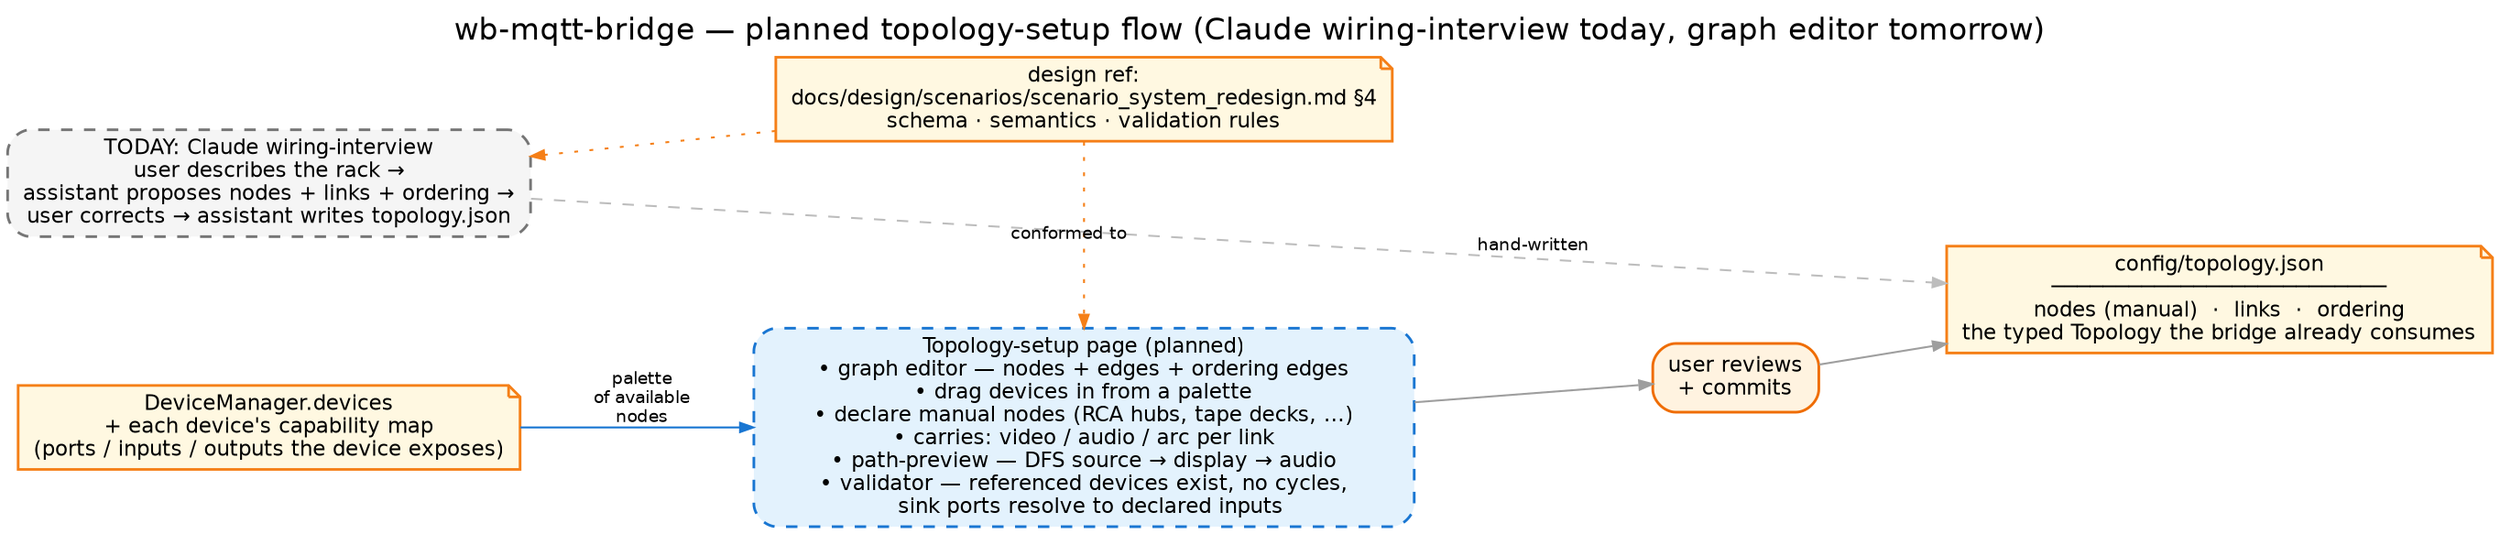
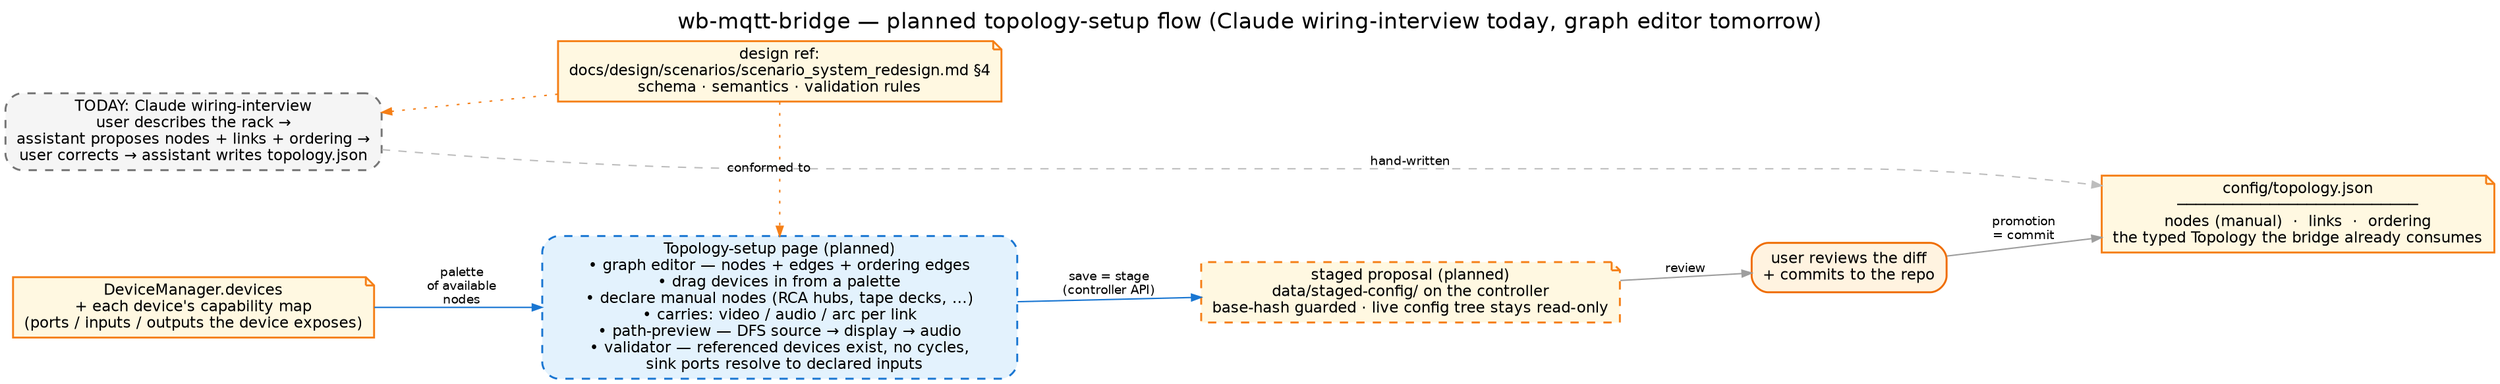
// wb-mqtt-bridge — planned topology-setup flow. Render:
//   dot -Tpng docs/images/topology-setup-flow.dot -o docs/images/topology-setup-flow.png
// Palette: see hexagon.dot header.
digraph topology_setup {
  rankdir=LR;
  bgcolor="white";
  splines=spline;
  nodesep=0.45; ranksep=0.9;
  fontname="Helvetica"; labelloc=t; fontsize=16;
  label="wb-mqtt-bridge — planned topology-setup flow (Claude wiring-interview today, graph editor tomorrow)";

  node [fontname="Helvetica", fontsize=11, shape=box, style="filled,rounded", penwidth=1.4];
  edge [fontname="Helvetica", fontsize=9, color="#9e9e9e", arrowsize=0.7];

  // --- known devices (from DeviceManager) feed the editor with available nodes ---
  devmgr [shape=note, fillcolor="#fff8e1", color="#f57f17",
          label="DeviceManager.devices\n+ each device's capability map\n(ports / inputs / outputs the device exposes)"];

  // --- the planned page ---
  page [label="Topology-setup page (planned)\n• graph editor — nodes + edges + ordering edges\n• drag devices in from a palette\n• declare manual nodes (RCA hubs, tape decks, …)\n• carries: video / audio / arc per link\n• path-preview — DFS source → display → audio\n• validator — referenced devices exist, no cycles,\n  sink ports resolve to declared inputs",
        fillcolor="#e3f2fd", color="#1976d2", width=4.8, style="filled,rounded,dashed"];

+   // --- staged proposals (planned) ---
+   staged [shape=note, fillcolor="#fff8e1", color="#f57f17", style="filled,dashed",
+           label="staged proposal (planned)\ndata/staged-config/ on the controller\nbase-hash guarded · live config tree stays read-only"];
+ 
  // --- user review ---
-   user [label="user reviews\n+ commits",
+   user [label="user reviews the diff\n+ commits to the repo",
        fillcolor="#fff3e0", color="#ef6c00"];

  // --- output ---
  cfg [shape=note, fillcolor="#fff8e1", color="#f57f17",
       label="config/topology.json\n──────────────────────────\nnodes (manual)  ·  links  ·  ordering\nthe typed Topology the bridge already consumes"];

  // --- today's flow as a faded parallel ---
  interview [label="TODAY: Claude wiring-interview\nuser describes the rack →\nassistant proposes nodes + links + ordering →\nuser corrects → assistant writes topology.json",
             fillcolor="#f5f5f5", color="#757575", style="filled,rounded,dashed"];

  schema_doc [shape=note, fillcolor="#fff8e1", color="#f57f17",
              label="design ref:\ndocs/design/scenarios/scenario_system_redesign.md §4\nschema · semantics · validation rules"];

  // edges
  devmgr -> page [color="#1976d2", label="palette\nof available\nnodes"];
-   page -> user;
-   user -> cfg;
+   page -> staged [label="save = stage\n(controller API)", color="#1976d2"];
+   staged -> user [label="review"];
+   user -> cfg [label="promotion\n= commit"];

  // today's flow
  interview -> cfg [style=dashed, color="#bdbdbd", label="hand-written"];
  schema_doc -> interview [style=dotted, color="#f57f17"];
  schema_doc -> page      [style=dotted, color="#f57f17", label="conformed to"];

  {rank=same; devmgr; interview}
  {rank=same; page; schema_doc}
}
